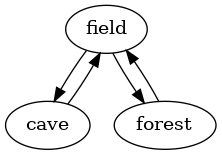
Before: HeldermanAdventure/images/map.png, a diagram exported from Graphviz (Dev-10sky/My-C-Practice-Files). Its source is kept beside it as HeldermanAdventure/dot_files/map.gv. The source it was exported from:
```dot
digraph map {
	field -> cave
	cave -> field
	field -> forest
	forest -> field
}
```
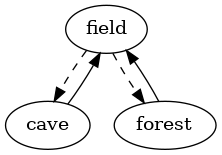
The same diagram one commit later.

What changed in the source:
```diff
@@ -1,6 +1,6 @@
 digraph map {
-	field -> cave
+	field -> cave [style=dashed]
 	cave -> field
-	field -> forest
+	field -> forest [style=dashed]
 	forest -> field
 }
```
